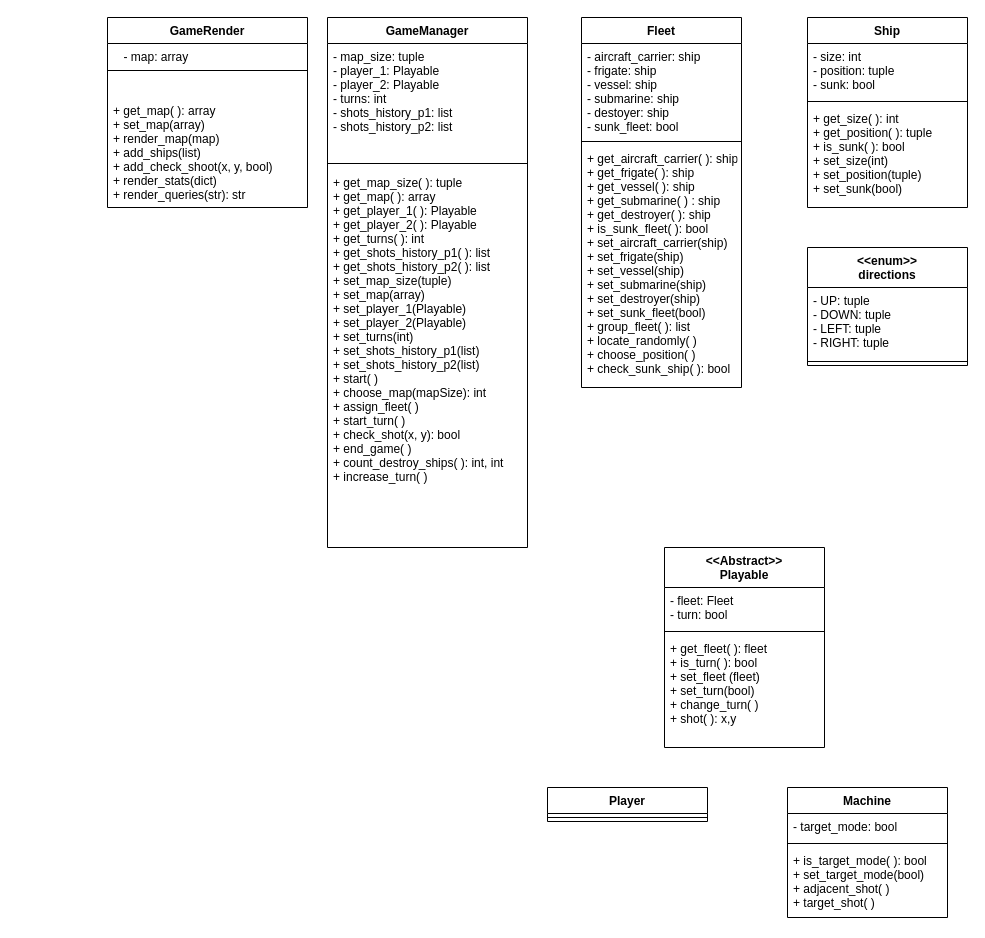
Earlier version of the draw.io diagram diagrama.drawio (AtodeKimeru/Barcos-y-pvtazos). Source tidied: cells renumbered, new cells numbered last; positions are measured from the earlier drawing's top-left corner, leaving out a move shared by most shapes. Both pictures are drawn from the tidied source at 100%, with x=0, y=0 at pixel (107, 17).
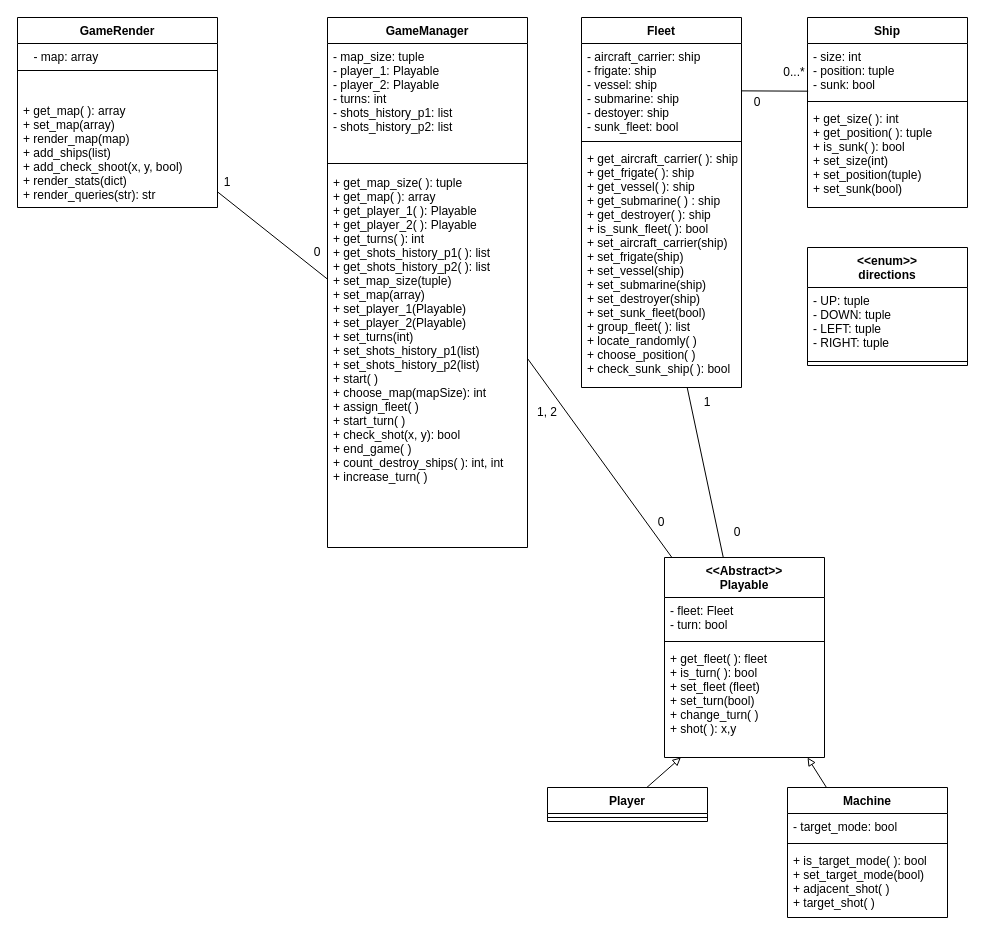
The same page after the edit.

Unchanged cells that the change refers to:
```xml
<mxCell id="5" value="+ get_map_size( ): tuple&#10;+ get_map( ): array&#10;+ get_player_1( ): Playable&#10;+ get_player_2( ): Playable&#10;+ get_turns( ): int&#10;+ get_shots_history_p1( ): list&#10;+ get_shots_history_p2( ): list&#10;+ set_map_size(tuple)&#10;+ set_map(array)&#10;+ set_player_1(Playable)&#10;+ set_player_2(Playable)&#10;+ set_turns(int)&#10;+ set_shots_history_p1(list)&#10;+ set_shots_history_p2(list)&#10;+ start( )&#10;+ choose_map(mapSize): int&#10;+ assign_fleet( )&#10;+ start_turn( )&#10;+ check_shot(x, y): bool&#10;+ end_game( )&#10;+ count_destroy_ships( ): int, int&#10;+ increase_turn( )&#10;&#10;" style="text;strokeColor=none;fillColor=none;align=left;verticalAlign=top;spacingLeft=4;spacingRight=4;overflow=hidden;points=[[0,0.5],[1,0.5]];portConstraint=eastwest;" parent="2" vertex="1">
  <mxGeometry y="152" width="200" height="378" as="geometry" />
</mxCell>
<mxCell id="6" value="Player" style="swimlane;fontStyle=1;align=center;verticalAlign=top;horizontal=1;startSize=26;" parent="1" vertex="1">
  <mxGeometry x="440" y="770" width="160" height="34" as="geometry" />
</mxCell>
<mxCell id="9" value="- aircraft_carrier: ship&#10;- frigate: ship&#10;- vessel: ship&#10;- submarine: ship&#10;- destoyer: ship&#10;- sunk_fleet: bool" style="text;strokeColor=none;fillColor=none;align=left;verticalAlign=top;spacingLeft=4;spacingRight=4;overflow=hidden;points=[[0,0.5],[1,0.5]];portConstraint=eastwest;" parent="8" vertex="1">
  <mxGeometry y="26" width="160" height="94" as="geometry" />
</mxCell>
<mxCell id="11" value="+ get_aircraft_carrier( ): ship&#10;+ get_frigate( ): ship&#10;+ get_vessel( ): ship&#10;+ get_submarine( ) : ship&#10;+ get_destroyer( ): ship&#10;+ is_sunk_fleet( ): bool&#10;+ set_aircraft_carrier(ship)&#10;+ set_frigate(ship)&#10;+ set_vessel(ship)&#10;+ set_submarine(ship)&#10;+ set_destroyer(ship)&#10;+ set_sunk_fleet(bool)&#10;+ group_fleet( ): list&#10;+ locate_randomly( )&#10;+ choose_position( )&#10;+ check_sunk_ship( ): bool&#10;" style="text;strokeColor=none;fillColor=none;align=left;verticalAlign=top;spacingLeft=4;spacingRight=4;overflow=hidden;points=[[0,0.5],[1,0.5]];portConstraint=eastwest;" parent="8" vertex="1">
  <mxGeometry y="128" width="160" height="242" as="geometry" />
</mxCell>
<mxCell id="12" value="Machine" style="swimlane;fontStyle=1;align=center;verticalAlign=top;horizontal=1;startSize=26;" parent="1" vertex="1">
  <mxGeometry x="680" y="770" width="160" height="130" as="geometry" />
</mxCell>
<mxCell id="17" value="- size: int&#10;- position: tuple&#10;- sunk: bool" style="text;strokeColor=none;fillColor=none;align=left;verticalAlign=top;spacingLeft=4;spacingRight=4;overflow=hidden;points=[[0,0.5],[1,0.5]];portConstraint=eastwest;" parent="16" vertex="1">
  <mxGeometry y="26" width="160" height="54" as="geometry" />
</mxCell>
<mxCell id="23" value="+ get_fleet( ): fleet&#10;+ is_turn( ): bool&#10;+ set_fleet (fleet)&#10;+ set_turn(bool)&#10;+ change_turn( )&#10;+ shot( ): x,y" style="text;strokeColor=none;fillColor=none;align=left;verticalAlign=top;spacingLeft=4;spacingRight=4;overflow=hidden;points=[[0,0.5],[1,0.5]];portConstraint=eastwest;" parent="20" vertex="1">
  <mxGeometry y="88" width="160" height="112" as="geometry" />
</mxCell>
```

Diff of the diagram source:
```diff
@@
+    <mxCell id="31" style="edgeStyle=none;html=1;endArrow=block;endFill=0;" parent="1" edge="1" source="6" target="23">
+      <mxGeometry relative="1" as="geometry" />
+    </mxCell>
@@
+    <mxCell id="32" style="edgeStyle=none;html=1;entryX=0.894;entryY=1;entryDx=0;entryDy=0;entryPerimeter=0;endArrow=block;endFill=0;" parent="1" edge="1" source="12" target="23">
+      <mxGeometry relative="1" as="geometry" />
+    </mxCell>
@@
+    <mxCell id="33" style="edgeStyle=none;html=1;endArrow=none;endFill=0;" parent="1" edge="1" source="20" target="11">
+      <mxGeometry relative="1" as="geometry" />
+    </mxCell>
     <mxCell id="20" value="&lt;&lt;Abstract&gt;&gt;&#10;Playable" style="swimlane;fontStyle=1;align=center;verticalAlign=top;horizontal=1;startSize=40;" parent="1" vertex="1">
-      <mxGeometry x="557" y="530" width="160" height="200" as="geometry" />
+      <mxGeometry x="557" y="540" width="160" height="200" as="geometry" />
     </mxCell>
@@
+    <mxCell id="34" style="edgeStyle=none;html=1;endArrow=none;endFill=0;" parent="1" edge="1" source="27" target="5">
+      <mxGeometry relative="1" as="geometry" />
+    </mxCell>
     <mxCell id="27" value="GameRender" style="swimlane;fontStyle=1;align=center;verticalAlign=top;horizontal=1;startSize=26;" parent="1" vertex="1">
-      <mxGeometry width="200" height="190" as="geometry" />
+      <mxGeometry x="-90" width="200" height="190" as="geometry" />
     </mxCell>
@@
     <mxCell id="30" value="&lt;span style=&quot;text-align: left;&quot;&gt;- map: array&amp;nbsp;&lt;/span&gt;" style="text;html=1;align=center;verticalAlign=middle;strokeColor=none;fillColor=none;" parent="1" vertex="1">
-      <mxGeometry x="5" y="25" width="90" height="30" as="geometry" />
+      <mxGeometry x="-85" y="25" width="90" height="30" as="geometry" />
     </mxCell>
+    <mxCell id="35" value="0" style="text;html=1;strokeColor=none;fillColor=none;align=center;verticalAlign=middle;whiteSpace=wrap;rounded=0;" parent="1" vertex="1">
+      <mxGeometry x="180" y="220" width="60" height="30" as="geometry" />
+    </mxCell>
+    <mxCell id="36" value="1" style="text;html=1;strokeColor=none;fillColor=none;align=center;verticalAlign=middle;whiteSpace=wrap;rounded=0;" parent="1" vertex="1">
+      <mxGeometry x="90" y="150" width="60" height="30" as="geometry" />
+    </mxCell>
+    <mxCell id="37" style="edgeStyle=none;html=1;endArrow=none;endFill=0;exitX=1;exitY=0.5;exitDx=0;exitDy=0;" parent="1" edge="1" source="5" target="20">
+      <mxGeometry relative="1" as="geometry" />
+    </mxCell>
+    <mxCell id="38" value="1, 2" style="text;html=1;strokeColor=none;fillColor=none;align=center;verticalAlign=middle;whiteSpace=wrap;rounded=0;" parent="1" vertex="1">
+      <mxGeometry x="410" y="380" width="60" height="30" as="geometry" />
+    </mxCell>
+    <mxCell id="39" value="0" style="text;html=1;strokeColor=none;fillColor=none;align=center;verticalAlign=middle;whiteSpace=wrap;rounded=0;" parent="1" vertex="1">
+      <mxGeometry x="524" y="490" width="60" height="30" as="geometry" />
+    </mxCell>
+    <mxCell id="40" value="0" style="text;html=1;strokeColor=none;fillColor=none;align=center;verticalAlign=middle;whiteSpace=wrap;rounded=0;" parent="1" vertex="1">
+      <mxGeometry x="600" y="500" width="60" height="30" as="geometry" />
+    </mxCell>
+    <mxCell id="41" value="1" style="text;html=1;strokeColor=none;fillColor=none;align=center;verticalAlign=middle;whiteSpace=wrap;rounded=0;" parent="1" vertex="1">
+      <mxGeometry x="570" y="370" width="60" height="30" as="geometry" />
+    </mxCell>
+    <mxCell id="42" style="edgeStyle=none;html=1;entryX=0.004;entryY=0.883;entryDx=0;entryDy=0;entryPerimeter=0;endArrow=none;endFill=0;" parent="1" edge="1" source="9" target="17">
+      <mxGeometry relative="1" as="geometry" />
+    </mxCell>
+    <mxCell id="43" value="0...*" style="text;html=1;strokeColor=none;fillColor=none;align=center;verticalAlign=middle;whiteSpace=wrap;rounded=0;" parent="1" vertex="1">
+      <mxGeometry x="657" y="40" width="60" height="30" as="geometry" />
+    </mxCell>
+    <mxCell id="44" value="0" style="text;html=1;strokeColor=none;fillColor=none;align=center;verticalAlign=middle;whiteSpace=wrap;rounded=0;" parent="1" vertex="1">
+      <mxGeometry x="620" y="70" width="60" height="30" as="geometry" />
+    </mxCell>
```
